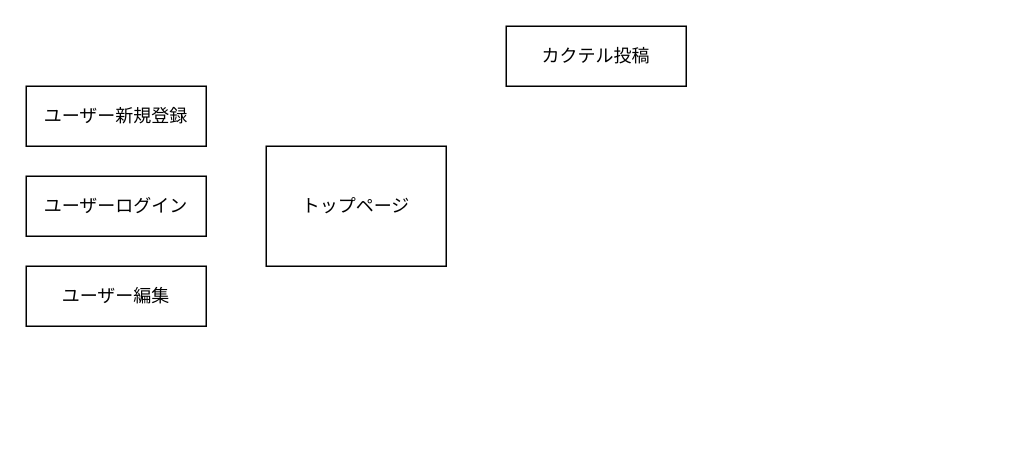
The draw.io diagram transition_diagram.dio in TechMishima/house_bar, before the edit. Source tidied: cells renumbered, new cells numbered last; positions are measured from the earlier drawing's top-left corner, leaving out a move shared by most shapes. Both pictures are drawn from the tidied source at 150%, with x=0, y=0 at pixel (26, 26).
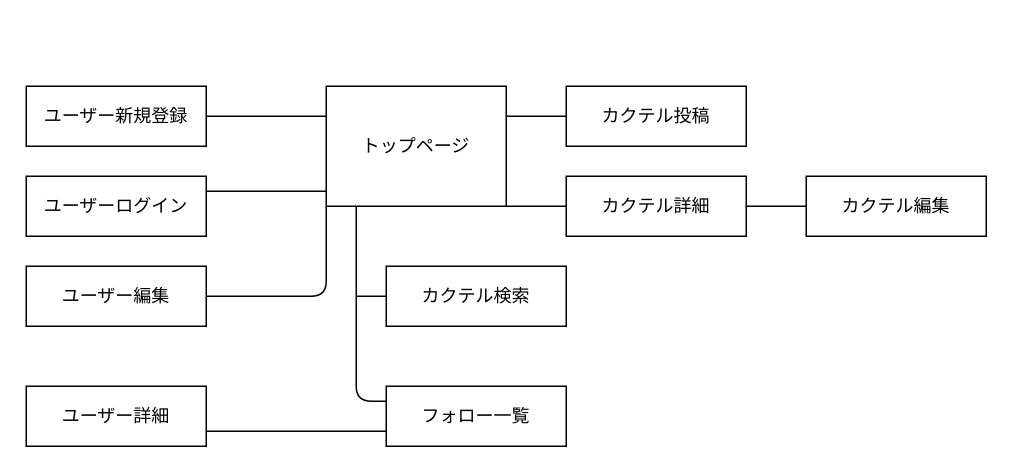
The same page after the edit.

Commit message (it also covers changes not shown here):
Readme 画面遷移図追加

The change refers to these unchanged cells:
```xml
<mxCell id="4" value="ユーザー新規登録" style="rounded=0;whiteSpace=wrap;html=1;" parent="1" vertex="1">
  <mxGeometry y="40" width="120" height="40" as="geometry" />
</mxCell>
<mxCell id="6" value="ユーザー編集" style="rounded=0;whiteSpace=wrap;html=1;" parent="1" vertex="1">
  <mxGeometry y="160" width="120" height="40" as="geometry" />
</mxCell>
```

Diff of the diagram source:
```diff
@@
     <mxCell id="2" value="トップページ" style="rounded=0;whiteSpace=wrap;html=1;" parent="1" vertex="1">
-      <mxGeometry x="160" y="80" width="120" height="80" as="geometry" />
+      <mxGeometry x="200" y="40" width="120" height="80" as="geometry" />
     </mxCell>
     <mxCell id="3" value="カクテル投稿" style="rounded=0;whiteSpace=wrap;html=1;" parent="1" vertex="1">
-      <mxGeometry x="320" width="120" height="40" as="geometry" />
+      <mxGeometry x="360" y="40" width="120" height="40" as="geometry" />
     </mxCell>
@@
+    <mxCell id="7" value="カクテル詳細" style="rounded=0;whiteSpace=wrap;html=1;" parent="1" vertex="1">
+      <mxGeometry x="360" y="100" width="120" height="40" as="geometry" />
+    </mxCell>
+    <mxCell id="8" value="カクテル編集" style="rounded=0;whiteSpace=wrap;html=1;" parent="1" vertex="1">
+      <mxGeometry x="520" y="100" width="120" height="40" as="geometry" />
+    </mxCell>
+    <mxCell id="9" value="カクテル検索" style="rounded=0;whiteSpace=wrap;html=1;" parent="1" vertex="1">
+      <mxGeometry x="240" y="160" width="120" height="40" as="geometry" />
+    </mxCell>
+    <mxCell id="10" value="フォロー一覧" style="rounded=0;whiteSpace=wrap;html=1;" parent="1" vertex="1">
+      <mxGeometry x="240" y="240" width="120" height="40" as="geometry" />
+    </mxCell>
+    <mxCell id="11" value="ユーザー詳細" style="rounded=0;whiteSpace=wrap;html=1;" parent="1" vertex="1">
+      <mxGeometry y="240" width="120" height="40" as="geometry" />
+    </mxCell>
+    <mxCell id="12" style="endArrow=none;html=1;exitX=0;exitY=0.25;exitDx=0;exitDy=0;" parent="1" edge="1" source="10">
+      <mxGeometry relative="1" as="geometry">
+        <mxPoint x="220" y="120" as="targetPoint" />
+        <Array as="points">
+          <mxPoint x="220" y="250" />
+        </Array>
+      </mxGeometry>
+    </mxCell>
+    <mxCell id="13" style="endArrow=none;html=1;entryX=0;entryY=0.75;entryDx=0;entryDy=0;" parent="1" edge="1" target="10">
+      <mxGeometry relative="1" as="geometry">
+        <mxPoint x="120" y="270" as="sourcePoint" />
+      </mxGeometry>
+    </mxCell>
+    <mxCell id="14" style="endArrow=none;html=1;" parent="1" edge="1">
+      <mxGeometry relative="1" as="geometry">
+        <mxPoint x="220" y="180" as="sourcePoint" />
+        <mxPoint x="240" y="180" as="targetPoint" />
+      </mxGeometry>
+    </mxCell>
+    <mxCell id="15" style="endArrow=none;html=1;entryX=0;entryY=0.5;entryDx=0;entryDy=0;exitX=1;exitY=0.25;exitDx=0;exitDy=0;" parent="1" edge="1" source="2" target="3">
+      <mxGeometry relative="1" as="geometry" />
+    </mxCell>
+    <mxCell id="16" style="endArrow=none;html=1;exitX=1;exitY=1;exitDx=0;exitDy=0;entryX=0;entryY=0.5;entryDx=0;entryDy=0;" parent="1" edge="1" source="2" target="7">
+      <mxGeometry relative="1" as="geometry" />
+    </mxCell>
+    <mxCell id="17" style="endArrow=none;html=1;exitX=0;exitY=0.5;exitDx=0;exitDy=0;entryX=1;entryY=0.5;entryDx=0;entryDy=0;" parent="1" edge="1" source="8" target="7">
+      <mxGeometry relative="1" as="geometry" />
+    </mxCell>
+    <mxCell id="18" style="endArrow=none;html=1;exitX=1;exitY=0.5;exitDx=0;exitDy=0;entryX=0;entryY=1;entryDx=0;entryDy=0;" parent="1" edge="1" source="6" target="2">
+      <mxGeometry relative="1" as="geometry">
+        <Array as="points">
+          <mxPoint x="200" y="180" />
+        </Array>
+      </mxGeometry>
+    </mxCell>
+    <mxCell id="19" style="endArrow=none;html=1;" parent="1" edge="1">
+      <mxGeometry relative="1" as="geometry">
+        <mxPoint x="120" y="110" as="sourcePoint" />
+        <mxPoint x="200" y="110" as="targetPoint" />
+      </mxGeometry>
+    </mxCell>
+    <mxCell id="20" style="endArrow=none;html=1;exitX=1;exitY=0.5;exitDx=0;exitDy=0;entryX=0;entryY=0.25;entryDx=0;entryDy=0;" parent="1" edge="1" source="4" target="2">
+      <mxGeometry relative="1" as="geometry" />
+    </mxCell>
```
